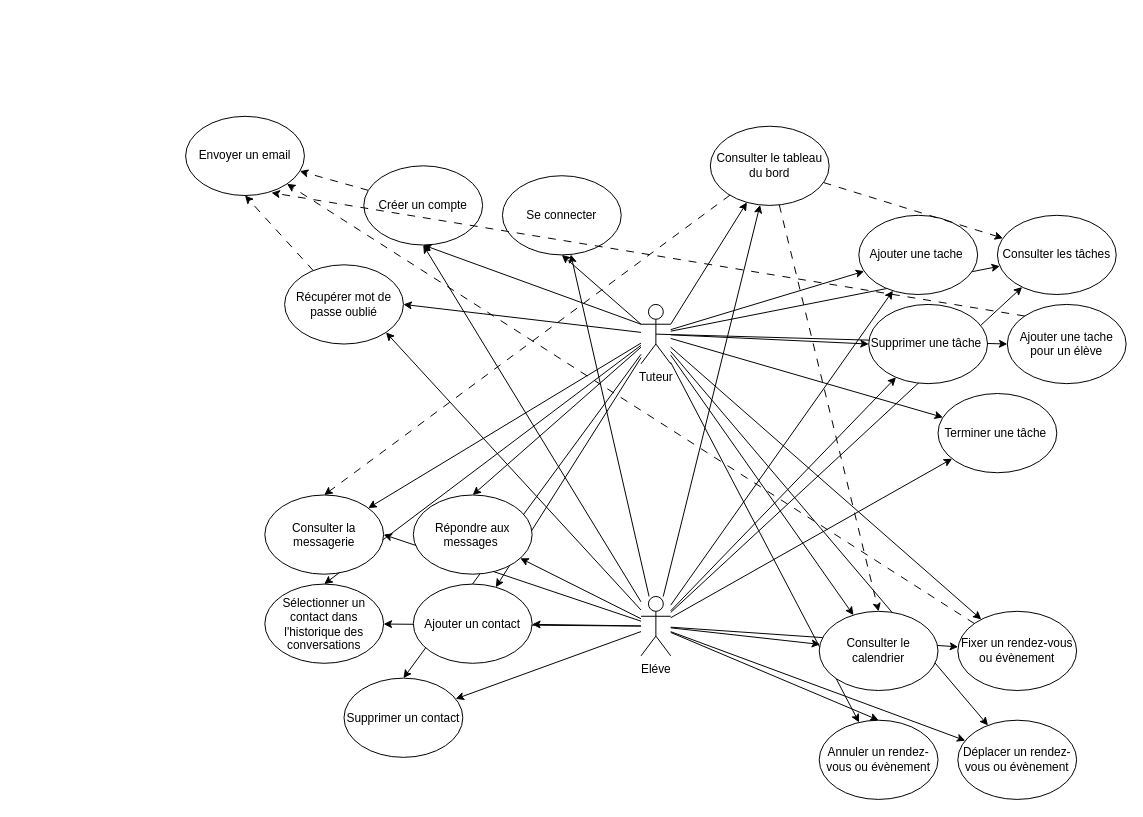
Earlier version of the draw.io diagram page "General" (1 of 6) of P10Uml.drawio (tetyanachouteau/P10LHome). Source tidied: cells renumbered, new cells numbered last; positions are measured from the earlier drawing's top-left corner, leaving out a move shared by most shapes. Both pictures are drawn from the tidied source at 99%, with x=0, y=0 at pixel (185, 116).
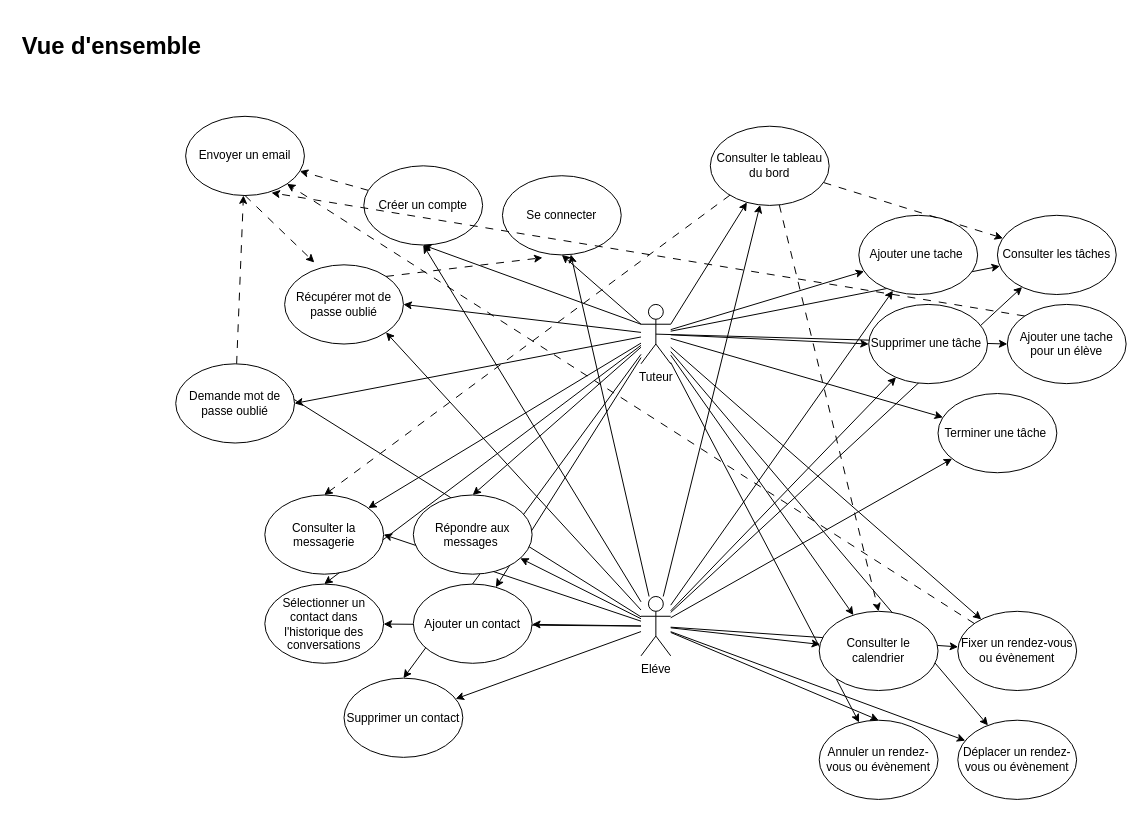
The same diagram, later.

The change refers to these unchanged cells:
```xml
<mxCell id="19" value="Tuteur" style="shape=umlActor;verticalLabelPosition=bottom;verticalAlign=top;html=1;outlineConnect=0;" parent="1" vertex="1">
  <mxGeometry x="460" y="190" width="30" height="60" as="geometry" />
</mxCell>
<mxCell id="37" value="Eléve" style="shape=umlActor;verticalLabelPosition=bottom;verticalAlign=top;html=1;outlineConnect=0;" parent="1" vertex="1">
  <mxGeometry x="460" y="485" width="30" height="60" as="geometry" />
</mxCell>
<mxCell id="38" value="Se connecter" style="ellipse;whiteSpace=wrap;html=1;" parent="1" vertex="1">
  <mxGeometry x="320" y="60" width="120" height="80" as="geometry" />
</mxCell>
<mxCell id="56" value="Récupérer mot de passe oublié" style="ellipse;whiteSpace=wrap;html=1;" parent="1" vertex="1">
  <mxGeometry x="100" y="150" width="120" height="80" as="geometry" />
</mxCell>
<mxCell id="63" value="Envoyer un email" style="ellipse;whiteSpace=wrap;html=1;" parent="1" vertex="1">
  <mxGeometry width="120" height="80" as="geometry" />
</mxCell>
```

Change to the diagram source:
```diff
@@
+    <mxCell id="65" style="edgeStyle=none;rounded=0;jettySize=auto;html=1;entryX=1;entryY=0.5;entryDx=0;entryDy=0;" parent="1" edge="1" source="19" target="68">
+      <mxGeometry relative="1" as="geometry" />
+    </mxCell>
@@
+    <mxCell id="66" style="edgeStyle=none;rounded=0;jettySize=auto;html=1;" parent="1" edge="1" source="37">
+      <mxGeometry relative="1" as="geometry">
+        <mxPoint x="100" y="280" as="targetPoint" />
+      </mxGeometry>
+    </mxCell>
@@
-    <mxCell id="55" style="rounded=0;jettySize=auto;html=1;entryX=0.5;entryY=1;entryDx=0;entryDy=0;dashed=1;dashPattern=8 8;" parent="1" edge="1" source="56" target="63">
+    <mxCell id="55" style="rounded=0;jettySize=auto;html=1;entryX=0.25;entryY=-0.03;entryDx=0;entryDy=0;dashed=1;dashPattern=8 8;exitX=0.5;exitY=1;exitDx=0;exitDy=0;entryPerimeter=0;" parent="1" edge="1" source="63" target="56">
       <mxGeometry relative="1" as="geometry" />
     </mxCell>
@@
+    <mxCell id="67" style="edgeStyle=none;rounded=0;jettySize=auto;html=1;dashed=1;dashPattern=8 8;" parent="1" edge="1" source="68" target="63">
+      <mxGeometry relative="1" as="geometry" />
+    </mxCell>
+    <mxCell id="68" value="Demande mot de passe oublié" style="ellipse;whiteSpace=wrap;html=1;" parent="1" vertex="1">
+      <mxGeometry x="-10" y="250" width="120" height="80" as="geometry" />
+    </mxCell>
+    <mxCell id="69" style="rounded=0;jettySize=auto;html=1;dashed=1;dashPattern=8 8;exitX=1;exitY=0;exitDx=0;exitDy=0;entryX=0.337;entryY=1.035;entryDx=0;entryDy=0;entryPerimeter=0;" parent="1" edge="1" source="56" target="38">
+      <mxGeometry relative="1" as="geometry" />
+    </mxCell>
+    <mxCell id="70" value="&lt;h1&gt;Vue d'ensemble&lt;/h1&gt;" style="text;html=1;strokeColor=none;fillColor=none;spacing=5;spacingTop=-20;whiteSpace=wrap;overflow=hidden;rounded=0;" parent="1" vertex="1">
+      <mxGeometry x="-170" y="-90" width="190" height="120" as="geometry" />
+    </mxCell>
```
